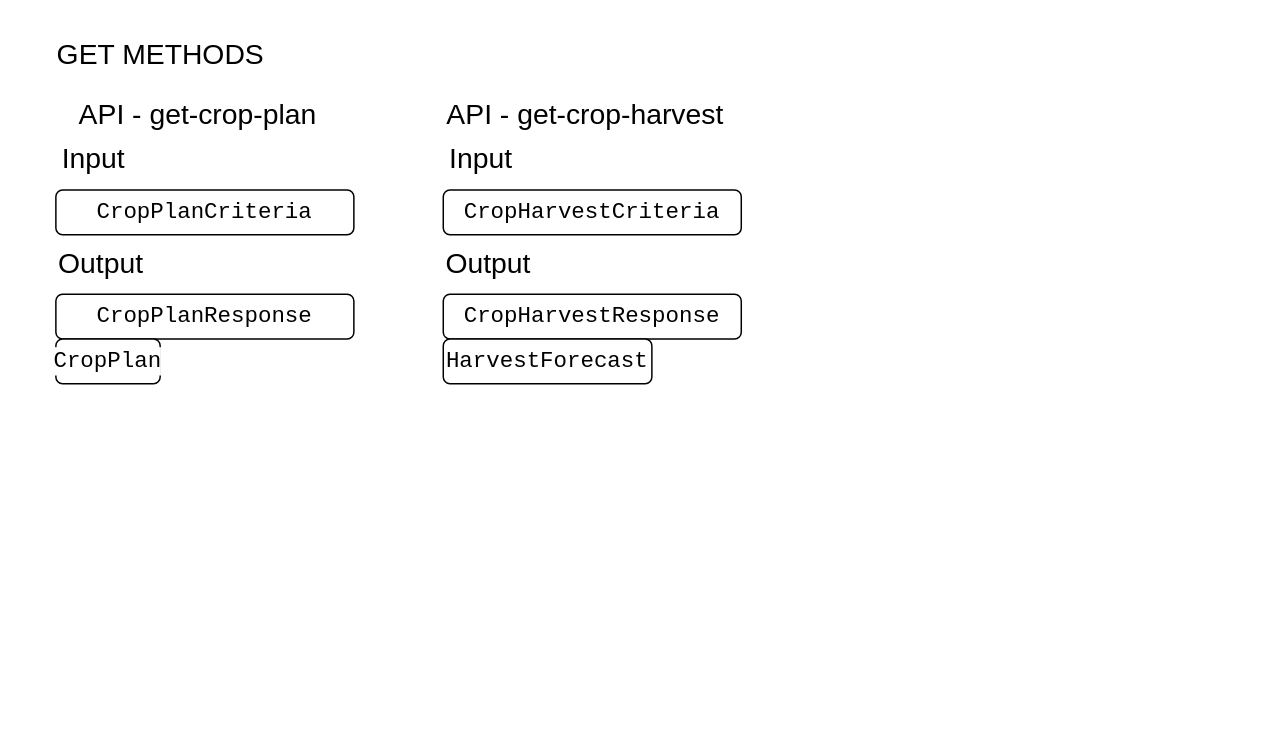
Earlier version of the draw.io diagram page "FMS-API" (3 of 3) of Agroconnect.drawio (ramprasad2018/agconnect). Source tidied: cells renumbered, new cells numbered last; positions are measured from the earlier drawing's top-left corner, leaving out a move shared by most shapes. Both pictures are drawn from the tidied source at 149%, with x=0, y=0 at pixel (40, 25).
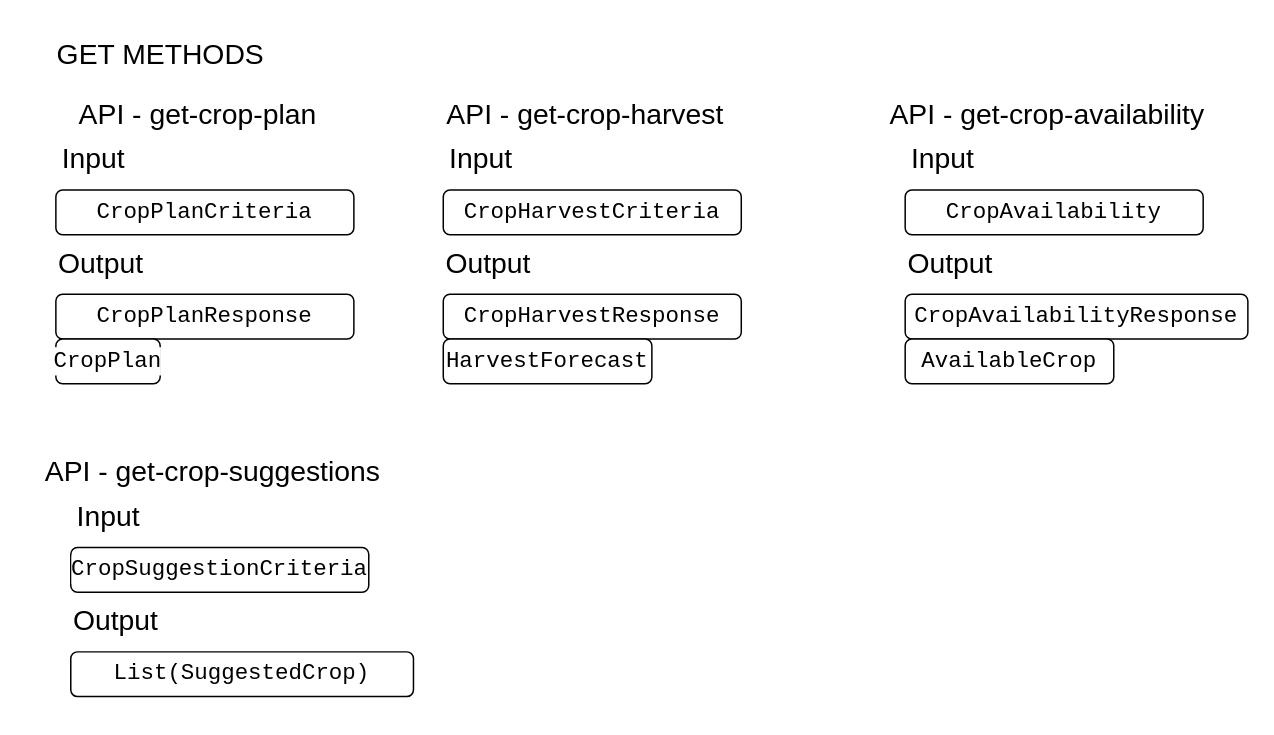
The same diagram, later.

The edit, as a diff of the source:
```diff
@@
+    <mxCell id="15" value="&lt;pre style=&quot;background-color: rgb(255, 255, 255); font-family: &amp;quot;JetBrains Mono&amp;quot;, monospace; font-size: 11.3pt;&quot;&gt;&lt;pre style=&quot;font-family: &amp;quot;JetBrains Mono&amp;quot;, monospace; font-size: 11.3pt;&quot;&gt;CropAvailabilityResponse&lt;/pre&gt;&lt;/pre&gt;" style="rounded=1;whiteSpace=wrap;html=1;fontSize=17;" parent="1" vertex="1">
+      <mxGeometry x="580" y="180" width="230" height="30" as="geometry" />
+    </mxCell>
+    <mxCell id="16" value="&lt;pre style=&quot;background-color: rgb(255, 255, 255); font-family: &amp;quot;JetBrains Mono&amp;quot;, monospace; font-size: 11.3pt;&quot;&gt;&lt;pre style=&quot;font-family: &amp;quot;JetBrains Mono&amp;quot;, monospace; font-size: 11.3pt;&quot;&gt;CropAvailability&lt;/pre&gt;&lt;/pre&gt;" style="rounded=1;whiteSpace=wrap;html=1;fontSize=17;" parent="1" vertex="1">
+      <mxGeometry x="580" y="110" width="200" height="30" as="geometry" />
+    </mxCell>
+    <mxCell id="17" value="&lt;pre style=&quot;background-color: rgb(255, 255, 255); font-family: &amp;quot;JetBrains Mono&amp;quot;, monospace; font-size: 11.3pt;&quot;&gt;&lt;pre style=&quot;font-family: &amp;quot;JetBrains Mono&amp;quot;, monospace; font-size: 11.3pt;&quot;&gt;AvailableCrop&lt;/pre&gt;&lt;/pre&gt;" style="rounded=1;whiteSpace=wrap;html=1;fontSize=17;" parent="1" vertex="1">
+      <mxGeometry x="580" y="210" width="140" height="30" as="geometry" />
+    </mxCell>
+    <mxCell id="18" value="&lt;font style=&quot;font-size: 19px;&quot;&gt;Input&lt;/font&gt;" style="text;html=1;align=center;verticalAlign=middle;fillColor=none;strokeColor=none;rounded=0;fontSize=17;" parent="1" vertex="1">
+      <mxGeometry x="570" y="70" width="70" height="40" as="geometry" />
+    </mxCell>
+    <mxCell id="19" value="&lt;font style=&quot;font-size: 19px;&quot;&gt;Output&lt;/font&gt;" style="text;html=1;align=center;verticalAlign=middle;fillColor=none;strokeColor=none;rounded=0;fontSize=17;" parent="1" vertex="1">
+      <mxGeometry x="570" y="140" width="80" height="40" as="geometry" />
+    </mxCell>
+    <mxCell id="20" value="&lt;font style=&quot;font-size: 19px;&quot;&gt;API - get-crop-availability&lt;/font&gt;" style="text;html=1;align=center;verticalAlign=middle;fillColor=none;strokeColor=none;rounded=0;fontSize=17;" parent="1" vertex="1">
+      <mxGeometry x="560" y="40" width="230" height="40" as="geometry" />
+    </mxCell>
+    <mxCell id="21" value="&lt;pre style=&quot;background-color: rgb(255, 255, 255); font-family: &amp;quot;JetBrains Mono&amp;quot;, monospace; font-size: 11.3pt;&quot;&gt;&lt;pre style=&quot;font-family: &amp;quot;JetBrains Mono&amp;quot;, monospace; font-size: 11.3pt;&quot;&gt;List(SuggestedCrop)&lt;/pre&gt;&lt;/pre&gt;" style="rounded=1;whiteSpace=wrap;html=1;fontSize=17;" parent="1" vertex="1">
+      <mxGeometry x="20" y="420" width="230" height="30" as="geometry" />
+    </mxCell>
+    <mxCell id="22" value="&lt;pre style=&quot;background-color: rgb(255, 255, 255); font-family: &amp;quot;JetBrains Mono&amp;quot;, monospace; font-size: 11.3pt;&quot;&gt;&lt;pre style=&quot;font-family: &amp;quot;JetBrains Mono&amp;quot;, monospace; font-size: 11.3pt;&quot;&gt;CropSuggestionCriteria&lt;/pre&gt;&lt;/pre&gt;" style="rounded=1;whiteSpace=wrap;html=1;fontSize=17;" parent="1" vertex="1">
+      <mxGeometry x="20" y="350" width="200" height="30" as="geometry" />
+    </mxCell>
+    <mxCell id="23" value="&lt;font style=&quot;font-size: 19px;&quot;&gt;Input&lt;/font&gt;" style="text;html=1;align=center;verticalAlign=middle;fillColor=none;strokeColor=none;rounded=0;fontSize=17;" parent="1" vertex="1">
+      <mxGeometry x="10" y="310" width="70" height="40" as="geometry" />
+    </mxCell>
+    <mxCell id="24" value="&lt;font style=&quot;font-size: 19px;&quot;&gt;Output&lt;/font&gt;" style="text;html=1;align=center;verticalAlign=middle;fillColor=none;strokeColor=none;rounded=0;fontSize=17;" parent="1" vertex="1">
+      <mxGeometry x="10" y="380" width="80" height="40" as="geometry" />
+    </mxCell>
+    <mxCell id="25" value="&lt;font style=&quot;font-size: 19px;&quot;&gt;API - get-crop-suggestions&lt;/font&gt;" style="text;html=1;align=center;verticalAlign=middle;fillColor=none;strokeColor=none;rounded=0;fontSize=17;" parent="1" vertex="1">
+      <mxGeometry x="-10" y="280" width="250" height="40" as="geometry" />
+    </mxCell>
```
